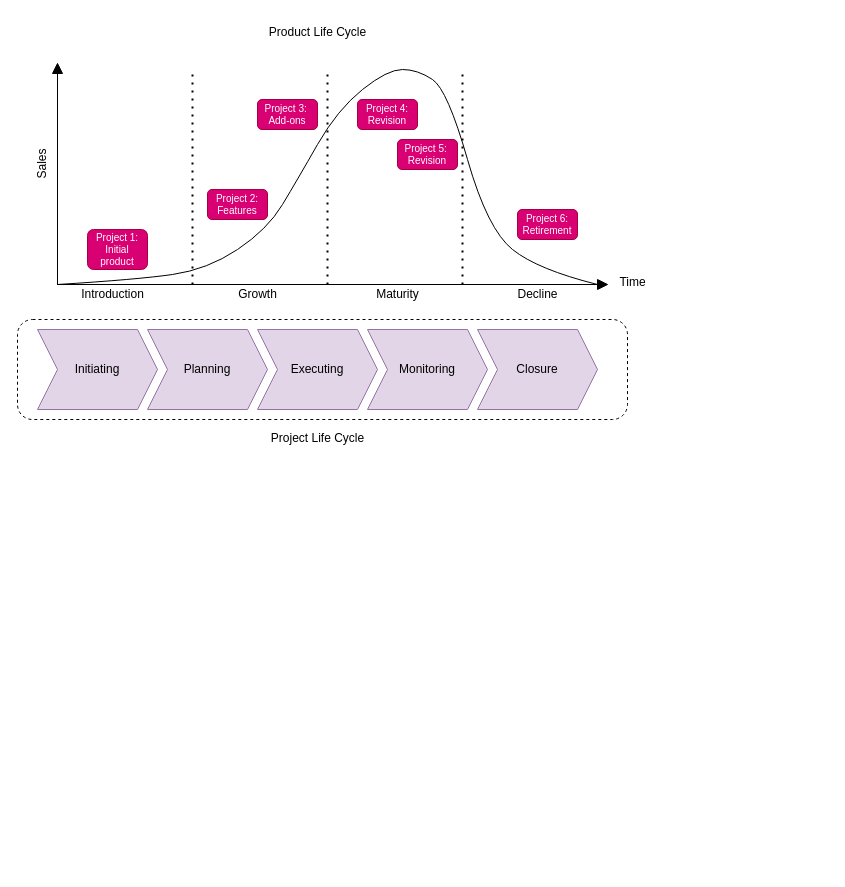
This is ProjectProductOverlap.drawio from Sky-monster/Diagrams, a draw.io file, before an edit. Source tidied: cells renumbered, new cells numbered last; positions are measured from the earlier drawing's top-left corner, leaving out a move shared by most shapes. Both pictures are drawn from the tidied source at 100%, with x=0, y=0 at pixel (17, -91).
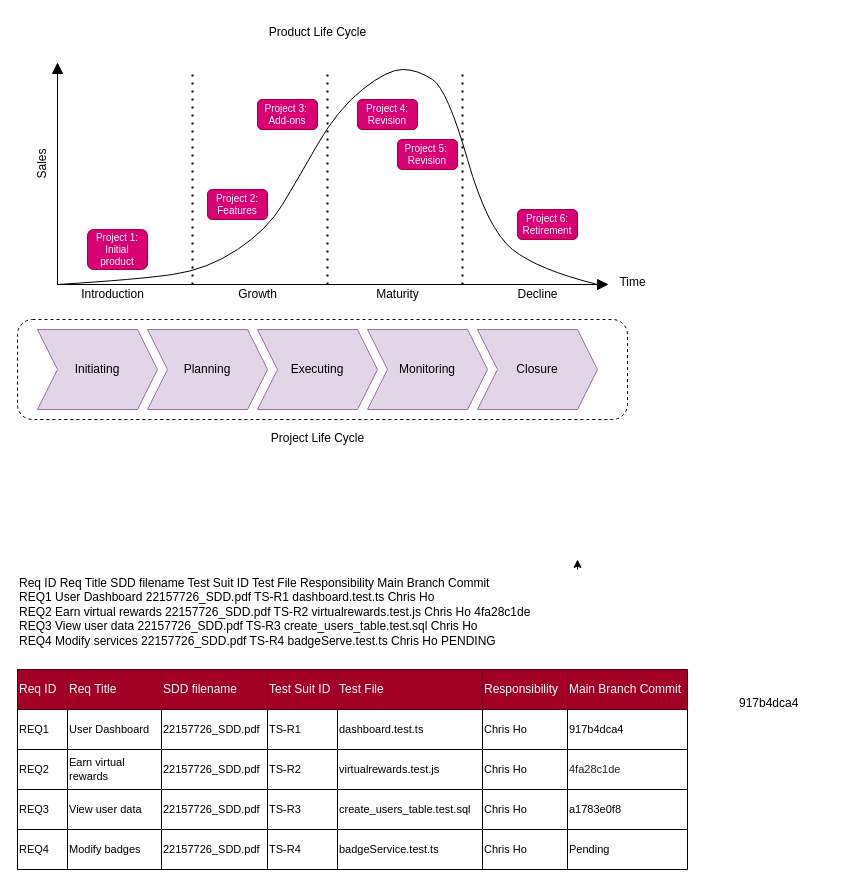
After the change.

Change to the diagram source:
```diff
@@
+    <mxCell id="29" style="edgeStyle=orthogonalEdgeStyle;rounded=0;jettySize=auto;html=1;exitX=1;exitY=0;exitDx=0;exitDy=0;" parent="1" edge="1" source="30">
+      <mxGeometry relative="1" as="geometry">
+        <mxPoint x="560" y="650" as="targetPoint" />
+      </mxGeometry>
+    </mxCell>
+    <mxCell id="30" value="Req ID&#9;Req Title&#9;SDD filename&#9;Test Suit ID&#9;Test File&#9;Responsibility&#9;Main Branch Commit &#10;REQ1&#9;&#9;User Dashboard&#9;22157726_SDD.pdf&#9;TS-R1&#9;dashboard.test.ts&#9;Chris Ho&#9; &#10;REQ2&#9;Earn virtual rewards&#9;22157726_SDD.pdf&#9;TS-R2&#9;virtualrewards.test.js&#9;Chris Ho&#9;4fa28c1de &#10;REQ3&#9;View user data&#9;22157726_SDD.pdf&#9;TS-R3&#9;create_users_table.test.sql&#9;Chris Ho&#9; &#10;REQ4&#9;Modify services&#9;22157726_SDD.pdf&#9;TS-R4&#9;badgeServe.test.ts&#9;Chris Ho&#9;PENDING" style="text;whiteSpace=wrap;html=1;" parent="1" vertex="1">
+      <mxGeometry y="660" width="560" height="100" as="geometry" />
+    </mxCell>
+    <mxCell id="31" style="shape=table;startSize=0;childLayout=tableLayout;align=left;fontFamily=Arial;" parent="1" vertex="1">
+      <mxGeometry y="760" width="670" height="200" as="geometry" />
+    </mxCell>
+    <mxCell id="32" style="shape=tableRow;horizontal=0;startSize=0;swimlaneHead=0;swimlaneBody=0;strokeColor=inherit;top=0;left=0;bottom=0;right=0;fillColor=none;" parent="31" vertex="1">
+      <mxGeometry width="670" height="40" as="geometry" />
+    </mxCell>
+    <mxCell id="33" value="Req ID" style="shape=partialRectangle;html=1;whiteSpace=wrap;strokeColor=#000000;overflow=hidden;fillColor=#a20025;top=0;left=0;bottom=0;right=0;fontColor=#ffffff;shadow=0;align=left;fontFamily=Arial;" parent="32" vertex="1">
+      <mxGeometry width="50" height="40" as="geometry" />
+    </mxCell>
+    <mxCell id="34" value="Req Title" style="shape=partialRectangle;html=1;whiteSpace=wrap;strokeColor=#000000;overflow=hidden;fillColor=#a20025;top=0;left=0;bottom=0;right=0;fontColor=#ffffff;shadow=0;align=left;fontFamily=Arial;" parent="32" vertex="1">
+      <mxGeometry x="50" width="94" height="40" as="geometry" />
+    </mxCell>
+    <mxCell id="35" value="SDD filename" style="shape=partialRectangle;html=1;whiteSpace=wrap;strokeColor=#000000;overflow=hidden;fillColor=#a20025;top=0;left=0;bottom=0;right=0;fontColor=#ffffff;shadow=0;align=left;fontFamily=Arial;" parent="32" vertex="1">
+      <mxGeometry x="144" width="106" height="40" as="geometry" />
+    </mxCell>
+    <mxCell id="36" value="Test Suit ID" style="shape=partialRectangle;html=1;whiteSpace=wrap;strokeColor=#000000;overflow=hidden;fillColor=#a20025;top=0;left=0;bottom=0;right=0;fontColor=#ffffff;shadow=0;align=left;fontFamily=Arial;" parent="32" vertex="1">
+      <mxGeometry x="250" width="70" height="40" as="geometry" />
+    </mxCell>
+    <mxCell id="37" value="Test File" style="shape=partialRectangle;html=1;whiteSpace=wrap;strokeColor=#000000;overflow=hidden;fillColor=#a20025;top=0;left=0;bottom=0;right=0;fontColor=#ffffff;shadow=0;align=left;fontFamily=Arial;" parent="32" vertex="1">
+      <mxGeometry x="320" width="145" height="40" as="geometry" />
+    </mxCell>
+    <mxCell id="38" value="Responsibility" style="shape=partialRectangle;html=1;whiteSpace=wrap;strokeColor=#000000;overflow=hidden;fillColor=#a20025;top=0;left=0;bottom=0;right=0;fontColor=#ffffff;shadow=0;align=left;fontFamily=Arial;" parent="32" vertex="1">
+      <mxGeometry x="465" width="85" height="40" as="geometry" />
+    </mxCell>
+    <mxCell id="39" value="Main Branch Commit" style="shape=partialRectangle;html=1;whiteSpace=wrap;strokeColor=#000000;overflow=hidden;fillColor=#a20025;top=0;left=0;bottom=0;right=0;fontColor=#ffffff;shadow=0;align=left;fontFamily=Arial;" parent="32" vertex="1">
+      <mxGeometry x="550" width="120" height="40" as="geometry" />
+    </mxCell>
+    <mxCell id="40" style="shape=tableRow;horizontal=0;startSize=0;swimlaneHead=0;swimlaneBody=0;strokeColor=inherit;top=0;left=0;bottom=0;right=0;fillColor=none;" parent="31" vertex="1">
+      <mxGeometry y="40" width="670" height="40" as="geometry" />
+    </mxCell>
+    <mxCell id="41" value="REQ1" style="shape=partialRectangle;html=1;whiteSpace=wrap;strokeColor=inherit;overflow=hidden;fillColor=none;top=0;left=0;bottom=0;right=0;align=left;fontFamily=Arial;fontSize=11;" parent="40" vertex="1">
+      <mxGeometry width="50" height="40" as="geometry" />
+    </mxCell>
+    <mxCell id="42" value="User Dashboard" style="shape=partialRectangle;html=1;whiteSpace=wrap;strokeColor=inherit;overflow=hidden;fillColor=none;top=0;left=0;bottom=0;right=0;align=left;fontFamily=Arial;fontSize=11;" parent="40" vertex="1">
+      <mxGeometry x="50" width="94" height="40" as="geometry" />
+    </mxCell>
+    <mxCell id="43" value="22157726_SDD.pdf" style="shape=partialRectangle;html=1;whiteSpace=wrap;strokeColor=inherit;overflow=hidden;fillColor=none;top=0;left=0;bottom=0;right=0;align=left;fontFamily=Arial;fontSize=11;" parent="40" vertex="1">
+      <mxGeometry x="144" width="106" height="40" as="geometry" />
+    </mxCell>
+    <mxCell id="44" value="TS-R1" style="shape=partialRectangle;html=1;whiteSpace=wrap;strokeColor=inherit;overflow=hidden;fillColor=none;top=0;left=0;bottom=0;right=0;align=left;fontFamily=Arial;fontSize=11;" parent="40" vertex="1">
+      <mxGeometry x="250" width="70" height="40" as="geometry" />
+    </mxCell>
+    <mxCell id="45" value="dashboard.test.ts" style="shape=partialRectangle;html=1;whiteSpace=wrap;strokeColor=inherit;overflow=hidden;fillColor=none;top=0;left=0;bottom=0;right=0;align=left;fontFamily=Arial;fontSize=11;" parent="40" vertex="1">
+      <mxGeometry x="320" width="145" height="40" as="geometry" />
+    </mxCell>
+    <mxCell id="46" value="Chris Ho" style="shape=partialRectangle;html=1;whiteSpace=wrap;strokeColor=inherit;overflow=hidden;fillColor=none;top=0;left=0;bottom=0;right=0;align=left;fontFamily=Arial;fontSize=11;" parent="40" vertex="1">
+      <mxGeometry x="465" width="85" height="40" as="geometry" />
+    </mxCell>
+    <mxCell id="47" value="917b4dca4" style="shape=partialRectangle;html=1;whiteSpace=wrap;strokeColor=inherit;overflow=hidden;fillColor=none;top=0;left=0;bottom=0;right=0;align=left;fontFamily=Arial;fontSize=11;" parent="40" vertex="1">
+      <mxGeometry x="550" width="120" height="40" as="geometry" />
+    </mxCell>
+    <mxCell id="48" style="shape=tableRow;horizontal=0;startSize=0;swimlaneHead=0;swimlaneBody=0;strokeColor=inherit;top=0;left=0;bottom=0;right=0;fillColor=none;" parent="31" vertex="1">
+      <mxGeometry y="80" width="670" height="40" as="geometry" />
+    </mxCell>
+    <mxCell id="49" value="REQ2" style="shape=partialRectangle;html=1;whiteSpace=wrap;strokeColor=inherit;overflow=hidden;fillColor=none;top=0;left=0;bottom=0;right=0;align=left;fontFamily=Arial;fontSize=11;" parent="48" vertex="1">
+      <mxGeometry width="50" height="40" as="geometry" />
+    </mxCell>
+    <mxCell id="50" value="Earn virtual rewards" style="shape=partialRectangle;html=1;whiteSpace=wrap;strokeColor=inherit;overflow=hidden;fillColor=none;top=0;left=0;bottom=0;right=0;align=left;fontFamily=Arial;fontSize=11;" parent="48" vertex="1">
+      <mxGeometry x="50" width="94" height="40" as="geometry" />
+    </mxCell>
+    <mxCell id="51" value="22157726_SDD.pdf" style="shape=partialRectangle;html=1;whiteSpace=wrap;strokeColor=inherit;overflow=hidden;fillColor=none;top=0;left=0;bottom=0;right=0;align=left;fontFamily=Arial;fontSize=11;" parent="48" vertex="1">
+      <mxGeometry x="144" width="106" height="40" as="geometry" />
+    </mxCell>
+    <mxCell id="52" value="TS-R2" style="shape=partialRectangle;html=1;whiteSpace=wrap;strokeColor=inherit;overflow=hidden;fillColor=none;top=0;left=0;bottom=0;right=0;align=left;fontFamily=Arial;fontSize=11;" parent="48" vertex="1">
+      <mxGeometry x="250" width="70" height="40" as="geometry" />
+    </mxCell>
+    <mxCell id="53" value="virtualrewards.test.js" style="shape=partialRectangle;html=1;whiteSpace=wrap;strokeColor=inherit;overflow=hidden;fillColor=none;top=0;left=0;bottom=0;right=0;align=left;fontFamily=Arial;fontSize=11;" parent="48" vertex="1">
+      <mxGeometry x="320" width="145" height="40" as="geometry" />
+    </mxCell>
+    <mxCell id="54" value="Chris Ho" style="shape=partialRectangle;html=1;whiteSpace=wrap;strokeColor=inherit;overflow=hidden;fillColor=none;top=0;left=0;bottom=0;right=0;align=left;fontFamily=Arial;fontSize=11;" parent="48" vertex="1">
+      <mxGeometry x="465" width="85" height="40" as="geometry" />
+    </mxCell>
+    <mxCell id="55" value="&lt;span style=&quot;line-height: 107%; font-family: Arial, sans-serif; color: rgb(38, 34, 35); vertical-align: baseline;&quot;&gt;&lt;font&gt;4fa28c1de&lt;/font&gt;&lt;/span&gt;" style="shape=partialRectangle;html=1;whiteSpace=wrap;strokeColor=inherit;overflow=hidden;fillColor=none;top=0;left=0;bottom=0;right=0;align=left;fontFamily=Arial;fontSize=11;" parent="48" vertex="1">
+      <mxGeometry x="550" width="120" height="40" as="geometry" />
+    </mxCell>
+    <mxCell id="56" style="shape=tableRow;horizontal=0;startSize=0;swimlaneHead=0;swimlaneBody=0;strokeColor=inherit;top=0;left=0;bottom=0;right=0;fillColor=none;" parent="31" vertex="1">
+      <mxGeometry y="120" width="670" height="40" as="geometry" />
+    </mxCell>
+    <mxCell id="57" value="REQ3" style="shape=partialRectangle;html=1;whiteSpace=wrap;strokeColor=inherit;overflow=hidden;fillColor=none;top=0;left=0;bottom=0;right=0;align=left;fontFamily=Arial;fontSize=11;" parent="56" vertex="1">
+      <mxGeometry width="50" height="40" as="geometry" />
+    </mxCell>
+    <mxCell id="58" value="View user data" style="shape=partialRectangle;html=1;whiteSpace=wrap;strokeColor=inherit;overflow=hidden;fillColor=none;top=0;left=0;bottom=0;right=0;align=left;fontFamily=Arial;fontSize=11;" parent="56" vertex="1">
+      <mxGeometry x="50" width="94" height="40" as="geometry" />
+    </mxCell>
+    <mxCell id="59" value="22157726_SDD.pdf" style="shape=partialRectangle;html=1;whiteSpace=wrap;strokeColor=inherit;overflow=hidden;fillColor=none;top=0;left=0;bottom=0;right=0;align=left;fontFamily=Arial;fontSize=11;" parent="56" vertex="1">
+      <mxGeometry x="144" width="106" height="40" as="geometry" />
+    </mxCell>
+    <mxCell id="60" value="TS-R3" style="shape=partialRectangle;html=1;whiteSpace=wrap;strokeColor=inherit;overflow=hidden;fillColor=none;top=0;left=0;bottom=0;right=0;align=left;fontFamily=Arial;fontSize=11;" parent="56" vertex="1">
+      <mxGeometry x="250" width="70" height="40" as="geometry" />
+    </mxCell>
+    <mxCell id="61" value="create_users_table.test.sql" style="shape=partialRectangle;html=1;whiteSpace=wrap;strokeColor=inherit;overflow=hidden;fillColor=none;top=0;left=0;bottom=0;right=0;align=left;fontFamily=Arial;fontSize=11;" parent="56" vertex="1">
+      <mxGeometry x="320" width="145" height="40" as="geometry" />
+    </mxCell>
+    <mxCell id="62" value="Chris Ho" style="shape=partialRectangle;html=1;whiteSpace=wrap;strokeColor=inherit;overflow=hidden;fillColor=none;top=0;left=0;bottom=0;right=0;align=left;fontFamily=Arial;fontSize=11;" parent="56" vertex="1">
+      <mxGeometry x="465" width="85" height="40" as="geometry" />
+    </mxCell>
+    <mxCell id="63" value="a1783e0f8" style="shape=partialRectangle;html=1;whiteSpace=wrap;strokeColor=inherit;overflow=hidden;fillColor=none;top=0;left=0;bottom=0;right=0;align=left;fontFamily=Arial;fontSize=11;" parent="56" vertex="1">
+      <mxGeometry x="550" width="120" height="40" as="geometry" />
+    </mxCell>
+    <mxCell id="64" style="shape=tableRow;horizontal=0;startSize=0;swimlaneHead=0;swimlaneBody=0;strokeColor=inherit;top=0;left=0;bottom=0;right=0;fillColor=none;" parent="31" vertex="1">
+      <mxGeometry y="160" width="670" height="40" as="geometry" />
+    </mxCell>
+    <mxCell id="65" value="REQ4" style="shape=partialRectangle;html=1;whiteSpace=wrap;strokeColor=inherit;overflow=hidden;fillColor=none;top=0;left=0;bottom=0;right=0;align=left;fontFamily=Arial;fontSize=11;" parent="64" vertex="1">
+      <mxGeometry width="50" height="40" as="geometry" />
+    </mxCell>
+    <mxCell id="66" value="Modify badges" style="shape=partialRectangle;html=1;whiteSpace=wrap;strokeColor=inherit;overflow=hidden;fillColor=none;top=0;left=0;bottom=0;right=0;align=left;fontFamily=Arial;fontSize=11;" parent="64" vertex="1">
+      <mxGeometry x="50" width="94" height="40" as="geometry" />
+    </mxCell>
+    <mxCell id="67" value="22157726_SDD.pdf" style="shape=partialRectangle;html=1;whiteSpace=wrap;strokeColor=inherit;overflow=hidden;fillColor=none;top=0;left=0;bottom=0;right=0;align=left;fontFamily=Arial;fontSize=11;" parent="64" vertex="1">
+      <mxGeometry x="144" width="106" height="40" as="geometry" />
+    </mxCell>
+    <mxCell id="68" value="TS-R4" style="shape=partialRectangle;html=1;whiteSpace=wrap;strokeColor=inherit;overflow=hidden;fillColor=none;top=0;left=0;bottom=0;right=0;align=left;fontFamily=Arial;fontSize=11;" parent="64" vertex="1">
+      <mxGeometry x="250" width="70" height="40" as="geometry" />
+    </mxCell>
+    <mxCell id="69" value="badgeService.test.ts" style="shape=partialRectangle;html=1;whiteSpace=wrap;strokeColor=inherit;overflow=hidden;fillColor=none;top=0;left=0;bottom=0;right=0;align=left;fontFamily=Arial;fontSize=11;" parent="64" vertex="1">
+      <mxGeometry x="320" width="145" height="40" as="geometry" />
+    </mxCell>
+    <mxCell id="70" value="Chris Ho" style="shape=partialRectangle;html=1;whiteSpace=wrap;strokeColor=inherit;overflow=hidden;fillColor=none;top=0;left=0;bottom=0;right=0;align=left;fontFamily=Arial;fontSize=11;" parent="64" vertex="1">
+      <mxGeometry x="465" width="85" height="40" as="geometry" />
+    </mxCell>
+    <mxCell id="71" value="Pending" style="shape=partialRectangle;html=1;whiteSpace=wrap;strokeColor=inherit;overflow=hidden;fillColor=none;top=0;left=0;bottom=0;right=0;align=left;fontFamily=Arial;fontSize=11;" parent="64" vertex="1">
+      <mxGeometry x="550" width="120" height="40" as="geometry" />
+    </mxCell>
+    <mxCell id="72" value="917b4dca4" style="text;whiteSpace=wrap;html=1;" parent="1" vertex="1">
+      <mxGeometry x="720" y="780" width="90" height="40" as="geometry" />
+    </mxCell>
```
